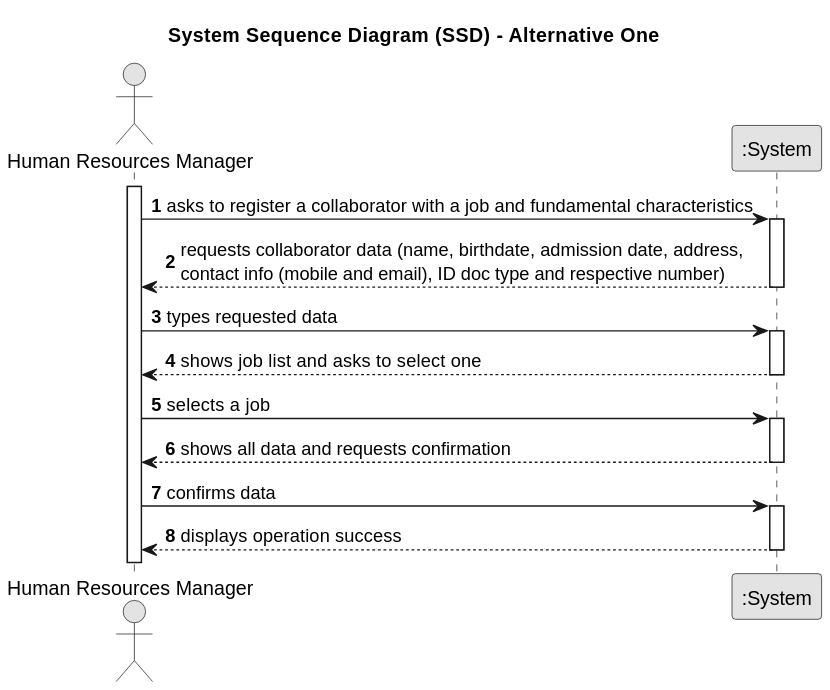
Earlier version of the PlantUML export docs/sprint3/us003/01.requirements-engineering/svg/us003-system-sequence-diagram-alternative-one.svg (tiagosoa/lei-24-s2-1dgh-g073).
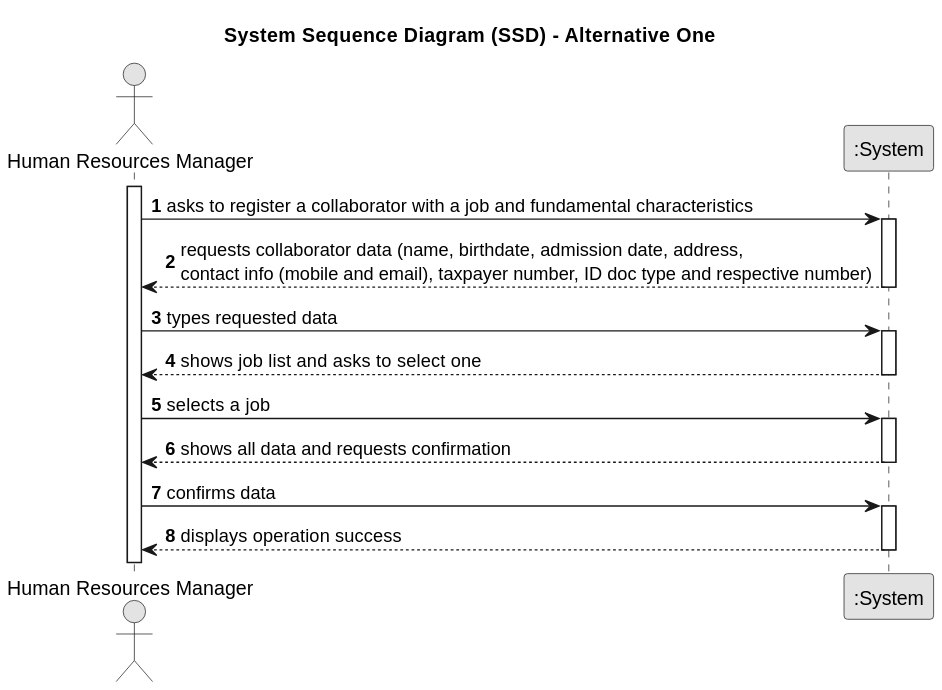
After the change.

Diff of the diagram source:
```diff
@@ -7,32 +7,32 @@
 
 autonumber
 
-actor "Human Resources Manager" as Employee
+actor "Human Resources Manager" as  HRM
 participant ":System" as System
 
-activate Employee
+activate  HRM
 
-    Employee -> System : asks to register a collaborator with a job and fundamental characteristics
+     HRM -> System : asks to register a collaborator with a job and fundamental characteristics
     activate System
 
-        System --> Employee : requests collaborator data (name, birthdate, admission date, address, \ncontact info (mobile and email), ID doc type and respective number)
+        System -->  HRM : requests collaborator data (name, birthdate, admission date, address, \ncontact info (mobile and email), taxpayer number, ID doc type and respective number)
     deactivate System
 
-    Employee -> System : types requested data
+     HRM -> System : types requested data
     activate System
 
-        System --> Employee : shows job list and asks to select one
+        System -->  HRM : shows job list and asks to select one
     deactivate System
 
-    Employee -> System : selects a job
+     HRM -> System : selects a job
     activate System
 
-        System --> Employee : shows all data and requests confirmation
+        System -->  HRM : shows all data and requests confirmation
     deactivate System
 
-    Employee -> System : confirms data
+     HRM -> System : confirms data
     activate System
 
-        System --> Employee : displays operation success
+        System -->  HRM : displays operation success
     deactivate System
 @enduml
```
